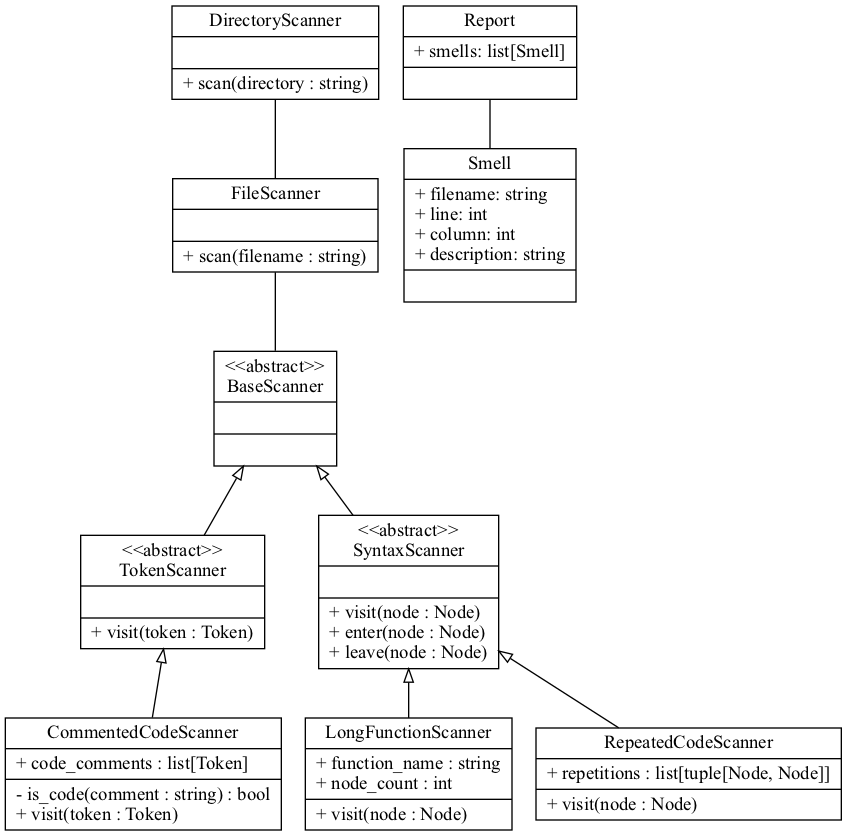
The Graphviz diagram documentation/uml.png in actions-marketplace-validations/manele-se_code-smell-tool, before a commit. Its source is kept beside it as documentation/uml.dot.
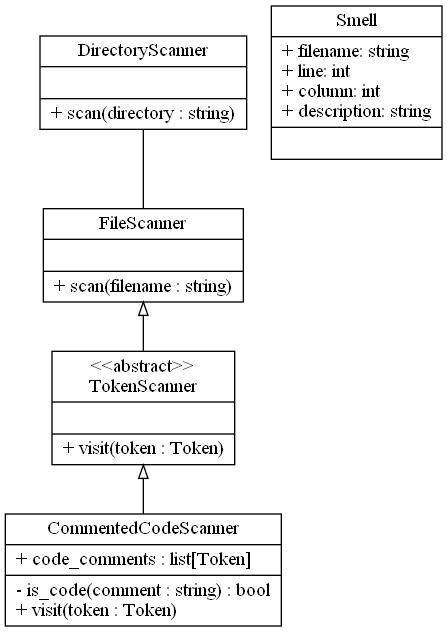
The same diagram one commit later.

Commit message:
Added comments, updated class diagram

The edit, as a diff of the source:
```diff
@@ -9,10 +9,6 @@
     label="{FileScanner|\n|+ scan(filename : string)\l}"
   ];
 
-  base_scan [
-    label="{\<\<abstract\>\>\nBaseScanner|\n|\n}"
-  ];
-
   token_scan [
     label="{\<\<abstract\>\>\nTokenScanner|\n|+ visit(token : Token)}"
   ];
@@ -21,33 +17,12 @@
     label="{CommentedCodeScanner|+ code_comments : list[Token]\l|- is_code(comment : string) : bool\l+ visit(token : Token)\l}"
   ]
 
-  syntax_scan [
-    label="{\<\<abstract\>\>\nSyntaxScanner|\n|+ visit(node : Node)\l+ enter(node : Node)\l+ leave(node : Node)\l}"
-  ];
-
-  complexity_scan [
-    label="{LongFunctionScanner|+ function_name : string\l+ node_count : int\l|+ visit(node : Node)\l}"
-  ];
-
-  repeat_scan [
-    label="{RepeatedCodeScanner|+ repetitions : list[tuple[Node, Node]]\l|+ visit(node : Node)\l}"
-  ];
-
   smell [
     label="{Smell|+ filename: string\l+ line: int\l+ column: int\l+ description: string\l|\n}"
   ]
 
-  report [
-    label="{Report|+ smells: list[Smell]\l|\n}"
-  ]
-
   dir_scan -> file_scan [arrowtail="none",dir=back];
-  file_scan -> base_scan [arrowtail="none",dir=back];
-  base_scan -> token_scan [arrowtail="empty",dir=back];
-  base_scan -> syntax_scan [arrowtail="empty",dir=back];
+  file_scan -> token_scan [arrowtail="empty",dir=back];
   token_scan -> comments_scan [arrowtail="empty",dir=back];
-  syntax_scan -> complexity_scan [arrowtail="empty",dir=back];
-  syntax_scan -> repeat_scan [arrowtail="empty",dir=back];
-  report -> smell [arrowtail="none",dir=back];
 
 }
```
